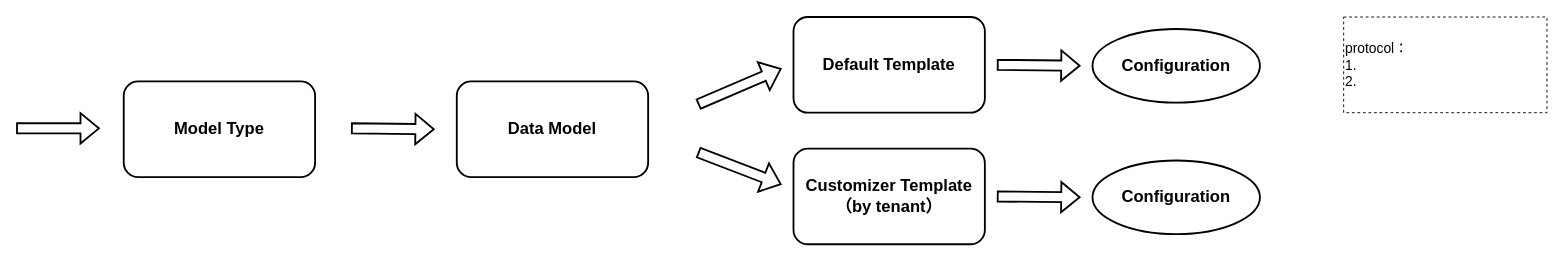
The draw.io diagram page "dynamic_ui" (20 of 20) of authz/Omini-Store.drawio in jackie-thank/beego-authz, before the edit. Source tidied: cells renumbered, new cells numbered last; positions are measured from the earlier drawing's top-left corner, leaving out a move shared by most shapes. Both pictures are drawn from the tidied source at 92%, with x=0, y=0 at pixel (16, 17).
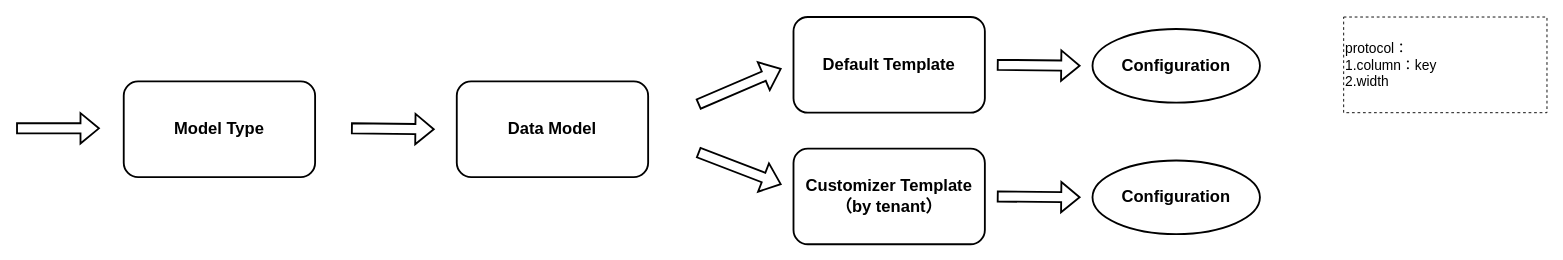
After the change.

Change to the diagram source:
```diff
@@
-    <mxCell id="14" value="&lt;div style=&quot;font-size: 15px;&quot;&gt;protocol：&lt;/div&gt;&lt;div style=&quot;font-size: 15px;&quot;&gt;1.&lt;/div&gt;&lt;div style=&quot;font-size: 15px;&quot;&gt;2.&lt;br style=&quot;font-size: 15px;&quot;&gt;&lt;/div&gt;" style="rounded=0;whiteSpace=wrap;html=1;dashed=1;fontSize=15;align=left;" parent="1" vertex="1">
+    <mxCell id="14" value="&lt;div style=&quot;font-size: 15px;&quot;&gt;protocol：&lt;/div&gt;&lt;div style=&quot;font-size: 15px;&quot;&gt;1.column：key&lt;/div&gt;&lt;div style=&quot;font-size: 15px;&quot;&gt;2.width&lt;/div&gt;" style="rounded=0;whiteSpace=wrap;html=1;dashed=1;fontSize=15;align=left;" parent="1" vertex="1">
       <mxGeometry x="1443" width="221" height="104" as="geometry" />
     </mxCell>
```
